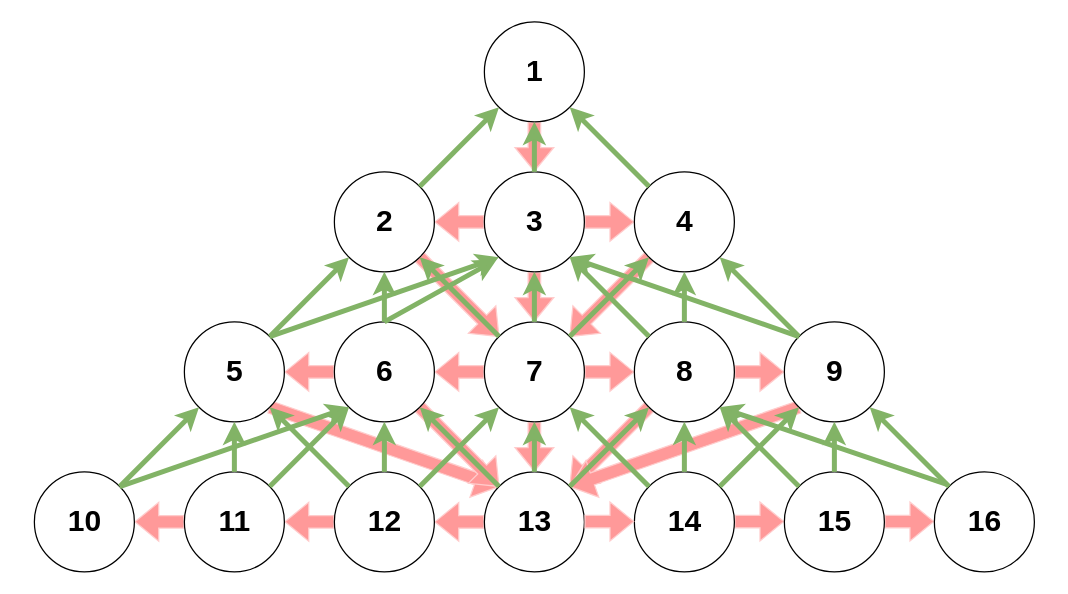
iamoverit/diagrams keeps this draw.io diagram as KOTH.drawio. Above is the earlier version. Source tidied: cells renumbered, new cells numbered last; positions are measured from the earlier drawing's top-left corner, leaving out a move shared by most shapes. Both pictures are drawn from the tidied source at 125%, with x=0, y=0 at pixel (21, 21).
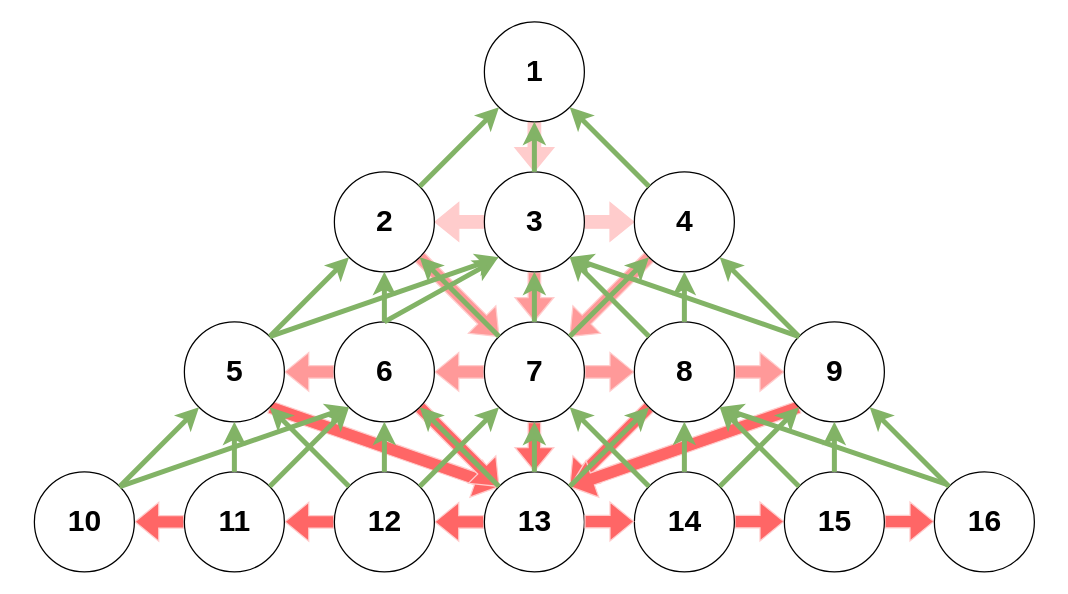
Above is the later version.

Diff of the diagram source:
```diff
@@
-    <mxCell id="2" style="shape=flexArrow;endArrow=classic;html=1;rounded=0;exitX=0.5;exitY=1;exitDx=0;exitDy=0;entryX=0.5;entryY=0;entryDx=0;entryDy=0;fillColor=#FF9999;strokeColor=#FFCCCC;" parent="1" edge="1">
+    <mxCell id="2" style="shape=flexArrow;endArrow=classic;html=1;rounded=0;exitX=0.5;exitY=1;exitDx=0;exitDy=0;entryX=0.5;entryY=0;entryDx=0;entryDy=0;fillColor=#FFCCCC;strokeColor=#FFCCCC;" parent="1" edge="1">
       <mxGeometry relative="1" as="geometry">
         <mxPoint x="410" y="80" as="sourcePoint" />
         <mxPoint x="410" y="120" as="targetPoint" />
       </mxGeometry>
     </mxCell>
-    <mxCell id="3" style="shape=flexArrow;endArrow=classic;html=1;rounded=0;exitX=0;exitY=0.5;exitDx=0;exitDy=0;entryX=1;entryY=0.5;entryDx=0;entryDy=0;fillColor=#FF9999;strokeColor=#FFCCCC;" parent="1" edge="1">
+    <mxCell id="3" style="shape=flexArrow;endArrow=classic;html=1;rounded=0;exitX=0;exitY=0.5;exitDx=0;exitDy=0;entryX=1;entryY=0.5;entryDx=0;entryDy=0;fillColor=#FFCCCC;strokeColor=#FFCCCC;" parent="1" edge="1">
       <mxGeometry relative="1" as="geometry">
         <mxPoint x="370" y="160" as="sourcePoint" />
         <mxPoint x="330" y="160" as="targetPoint" />
       </mxGeometry>
     </mxCell>
-    <mxCell id="4" style="shape=flexArrow;endArrow=classic;html=1;rounded=0;exitX=1;exitY=0.5;exitDx=0;exitDy=0;fillColor=#FF9999;strokeColor=#FFCCCC;" parent="1" edge="1">
+    <mxCell id="4" style="shape=flexArrow;endArrow=classic;html=1;rounded=0;exitX=1;exitY=0.5;exitDx=0;exitDy=0;fillColor=#FFCCCC;strokeColor=#FFCCCC;" parent="1" edge="1">
       <mxGeometry relative="1" as="geometry">
         <mxPoint x="450" y="160" as="sourcePoint" />
         <mxPoint x="490" y="160" as="targetPoint" />
       </mxGeometry>
     </mxCell>
-    <mxCell id="5" style="shape=flexArrow;endArrow=classic;html=1;rounded=0;exitX=0.5;exitY=1;exitDx=0;exitDy=0;entryX=0.5;entryY=0;entryDx=0;entryDy=0;fillColor=#FF9999;strokeColor=#FFCCCC;" parent="1" edge="1">
+    <mxCell id="5" style="shape=flexArrow;endArrow=classic;html=1;rounded=0;exitX=0.5;exitY=1;exitDx=0;exitDy=0;entryX=0.5;entryY=0;entryDx=0;entryDy=0;fillColor=#FF9999;strokeColor=#FFCCCC;gradientColor=none;fillStyle=solid;" parent="1" edge="1">
       <mxGeometry relative="1" as="geometry">
         <mxPoint x="410" y="200" as="sourcePoint" />
         <mxPoint x="410" y="240" as="targetPoint" />
       </mxGeometry>
     </mxCell>
-    <mxCell id="6" style="shape=flexArrow;endArrow=classic;html=1;rounded=0;exitX=1;exitY=1;exitDx=0;exitDy=0;entryX=0;entryY=0;entryDx=0;entryDy=0;fillColor=#FF9999;strokeColor=#FFCCCC;" parent="1" edge="1">
+    <mxCell id="6" style="shape=flexArrow;endArrow=classic;html=1;rounded=0;exitX=1;exitY=1;exitDx=0;exitDy=0;entryX=0;entryY=0;entryDx=0;entryDy=0;fillColor=#FF9999;strokeColor=#FFCCCC;gradientColor=none;fillStyle=solid;" parent="1" edge="1">
       <mxGeometry relative="1" as="geometry">
         <mxPoint x="318" y="188" as="sourcePoint" />
         <mxPoint x="382" y="252" as="targetPoint" />
       </mxGeometry>
     </mxCell>
-    <mxCell id="7" style="shape=flexArrow;endArrow=classic;html=1;rounded=0;exitX=0;exitY=1;exitDx=0;exitDy=0;fillColor=#FF9999;strokeColor=#FFCCCC;" parent="1" edge="1">
+    <mxCell id="7" style="shape=flexArrow;endArrow=classic;html=1;rounded=0;exitX=0;exitY=1;exitDx=0;exitDy=0;fillColor=#FF9999;strokeColor=#FFCCCC;gradientColor=none;fillStyle=solid;" parent="1" edge="1">
       <mxGeometry relative="1" as="geometry">
         <mxPoint x="502" y="188" as="sourcePoint" />
         <mxPoint x="438" y="252" as="targetPoint" />
       </mxGeometry>
     </mxCell>
@@
-    <mxCell id="12" style="shape=flexArrow;endArrow=classic;html=1;rounded=0;exitX=1;exitY=1;exitDx=0;exitDy=0;entryX=0;entryY=0;entryDx=0;entryDy=0;fillColor=#FF9999;strokeColor=#FFCCCC;" parent="1" edge="1">
+    <mxCell id="12" style="shape=flexArrow;endArrow=classic;html=1;rounded=0;exitX=1;exitY=1;exitDx=0;exitDy=0;entryX=0;entryY=0;entryDx=0;entryDy=0;fillColor=#FF6666;strokeColor=#FFCCCC;" parent="1" edge="1">
       <mxGeometry relative="1" as="geometry">
         <mxPoint x="198" y="308" as="sourcePoint" />
         <mxPoint x="382" y="372" as="targetPoint" />
       </mxGeometry>
     </mxCell>
-    <mxCell id="13" style="shape=flexArrow;endArrow=classic;html=1;rounded=0;exitX=1;exitY=1;exitDx=0;exitDy=0;entryX=0;entryY=0;entryDx=0;entryDy=0;fillColor=#FF9999;strokeColor=#FFCCCC;" parent="1" edge="1">
+    <mxCell id="13" style="shape=flexArrow;endArrow=classic;html=1;rounded=0;exitX=1;exitY=1;exitDx=0;exitDy=0;entryX=0;entryY=0;entryDx=0;entryDy=0;fillColor=#FF6666;strokeColor=#FFCCCC;" parent="1" edge="1">
       <mxGeometry relative="1" as="geometry">
         <mxPoint x="318" y="308" as="sourcePoint" />
         <mxPoint x="382" y="372" as="targetPoint" />
       </mxGeometry>
     </mxCell>
-    <mxCell id="14" style="shape=flexArrow;endArrow=classic;html=1;rounded=0;exitX=0.5;exitY=1;exitDx=0;exitDy=0;entryX=0.5;entryY=0;entryDx=0;entryDy=0;fillColor=#FF9999;strokeColor=#FFCCCC;" parent="1" edge="1">
+    <mxCell id="14" style="shape=flexArrow;endArrow=classic;html=1;rounded=0;exitX=0.5;exitY=1;exitDx=0;exitDy=0;entryX=0.5;entryY=0;entryDx=0;entryDy=0;fillColor=#FF6666;strokeColor=#FFCCCC;" parent="1" edge="1">
       <mxGeometry relative="1" as="geometry">
         <mxPoint x="410" y="320" as="sourcePoint" />
         <mxPoint x="410" y="360" as="targetPoint" />
       </mxGeometry>
     </mxCell>
-    <mxCell id="15" style="shape=flexArrow;endArrow=classic;html=1;rounded=0;entryX=1;entryY=0;entryDx=0;entryDy=0;exitX=0;exitY=1;exitDx=0;exitDy=0;fillColor=#FF9999;strokeColor=#FFCCCC;" parent="1" edge="1">
+    <mxCell id="15" style="shape=flexArrow;endArrow=classic;html=1;rounded=0;entryX=1;entryY=0;entryDx=0;entryDy=0;exitX=0;exitY=1;exitDx=0;exitDy=0;fillColor=#FF6666;strokeColor=#FFCCCC;" parent="1" edge="1">
       <mxGeometry relative="1" as="geometry">
         <mxPoint x="502" y="308" as="sourcePoint" />
         <mxPoint x="438" y="372" as="targetPoint" />
       </mxGeometry>
     </mxCell>
-    <mxCell id="16" style="shape=flexArrow;endArrow=classic;html=1;rounded=0;entryX=1;entryY=0;entryDx=0;entryDy=0;exitX=0;exitY=1;exitDx=0;exitDy=0;fillColor=#FF9999;strokeColor=#FFCCCC;" parent="1" edge="1">
+    <mxCell id="16" style="shape=flexArrow;endArrow=classic;html=1;rounded=0;entryX=1;entryY=0;entryDx=0;entryDy=0;exitX=0;exitY=1;exitDx=0;exitDy=0;fillColor=#FF6666;strokeColor=#FFCCCC;" parent="1" edge="1">
       <mxGeometry relative="1" as="geometry">
         <mxPoint x="622" y="308" as="sourcePoint" />
         <mxPoint x="438" y="372" as="targetPoint" />
       </mxGeometry>
     </mxCell>
-    <mxCell id="17" style="shape=flexArrow;endArrow=classic;html=1;rounded=0;entryX=1;entryY=0.5;entryDx=0;entryDy=0;exitX=0;exitY=0.5;exitDx=0;exitDy=0;fillColor=#FF9999;strokeColor=#FFCCCC;" parent="1" edge="1">
+    <mxCell id="17" style="shape=flexArrow;endArrow=classic;html=1;rounded=0;entryX=1;entryY=0.5;entryDx=0;entryDy=0;exitX=0;exitY=0.5;exitDx=0;exitDy=0;fillColor=#FF6666;strokeColor=#FFCCCC;" parent="1" edge="1">
       <mxGeometry relative="1" as="geometry">
         <mxPoint x="370" y="400" as="sourcePoint" />
         <mxPoint x="330" y="400" as="targetPoint" />
       </mxGeometry>
     </mxCell>
-    <mxCell id="18" style="shape=flexArrow;endArrow=classic;html=1;rounded=0;exitX=0;exitY=0.5;exitDx=0;exitDy=0;entryX=1;entryY=0.5;entryDx=0;entryDy=0;fillColor=#FF9999;strokeColor=#FFCCCC;" parent="1" edge="1">
+    <mxCell id="18" style="shape=flexArrow;endArrow=classic;html=1;rounded=0;exitX=0;exitY=0.5;exitDx=0;exitDy=0;entryX=1;entryY=0.5;entryDx=0;entryDy=0;fillColor=#FF6666;strokeColor=#FFCCCC;" parent="1" edge="1">
       <mxGeometry relative="1" as="geometry">
         <mxPoint x="250" y="399.9" as="sourcePoint" />
         <mxPoint x="210" y="399.9" as="targetPoint" />
       </mxGeometry>
     </mxCell>
-    <mxCell id="19" style="shape=flexArrow;endArrow=classic;html=1;rounded=0;exitX=0;exitY=0.5;exitDx=0;exitDy=0;entryX=1;entryY=0.5;entryDx=0;entryDy=0;fillColor=#FF9999;strokeColor=#FFCCCC;" parent="1" edge="1">
+    <mxCell id="19" style="shape=flexArrow;endArrow=classic;html=1;rounded=0;exitX=0;exitY=0.5;exitDx=0;exitDy=0;entryX=1;entryY=0.5;entryDx=0;entryDy=0;fillColor=#FF6666;strokeColor=#FFCCCC;" parent="1" edge="1">
       <mxGeometry relative="1" as="geometry">
         <mxPoint x="130" y="399.9" as="sourcePoint" />
         <mxPoint x="90" y="399.9" as="targetPoint" />
       </mxGeometry>
     </mxCell>
-    <mxCell id="20" style="shape=flexArrow;endArrow=classic;html=1;rounded=0;entryX=0;entryY=0.5;entryDx=0;entryDy=0;exitX=1;exitY=0.5;exitDx=0;exitDy=0;fillColor=#FF9999;strokeColor=#FFCCCC;" parent="1" edge="1">
+    <mxCell id="20" style="shape=flexArrow;endArrow=classic;html=1;rounded=0;entryX=0;entryY=0.5;entryDx=0;entryDy=0;exitX=1;exitY=0.5;exitDx=0;exitDy=0;fillColor=#FF6666;strokeColor=#FFCCCC;" parent="1" edge="1">
       <mxGeometry relative="1" as="geometry">
         <mxPoint x="570" y="399.7" as="sourcePoint" />
         <mxPoint x="610" y="399.7" as="targetPoint" />
       </mxGeometry>
     </mxCell>
-    <mxCell id="21" style="shape=flexArrow;endArrow=classic;html=1;rounded=0;entryX=0;entryY=0.5;entryDx=0;entryDy=0;exitX=1;exitY=0.5;exitDx=0;exitDy=0;fillColor=#FF9999;strokeColor=#FFCCCC;" parent="1" edge="1">
+    <mxCell id="21" style="shape=flexArrow;endArrow=classic;html=1;rounded=0;entryX=0;entryY=0.5;entryDx=0;entryDy=0;exitX=1;exitY=0.5;exitDx=0;exitDy=0;fillColor=#FF6666;strokeColor=#FFCCCC;" parent="1" edge="1">
       <mxGeometry relative="1" as="geometry">
         <mxPoint x="690" y="399.7" as="sourcePoint" />
         <mxPoint x="730" y="399.7" as="targetPoint" />
       </mxGeometry>
     </mxCell>
@@
-    <mxCell id="85" style="shape=flexArrow;endArrow=classic;html=1;rounded=0;entryX=0;entryY=0.5;entryDx=0;entryDy=0;exitX=1;exitY=0.5;exitDx=0;exitDy=0;fillColor=#FF9999;strokeColor=#FFCCCC;" parent="1" edge="1">
+    <mxCell id="85" style="shape=flexArrow;endArrow=classic;html=1;rounded=0;entryX=0;entryY=0.5;entryDx=0;entryDy=0;exitX=1;exitY=0.5;exitDx=0;exitDy=0;fillColor=#FF6666;strokeColor=#FFCCCC;" parent="1" edge="1">
       <mxGeometry relative="1" as="geometry">
         <mxPoint x="450" y="399.7" as="sourcePoint" />
         <mxPoint x="490" y="399.7" as="targetPoint" />
       </mxGeometry>
     </mxCell>
```
